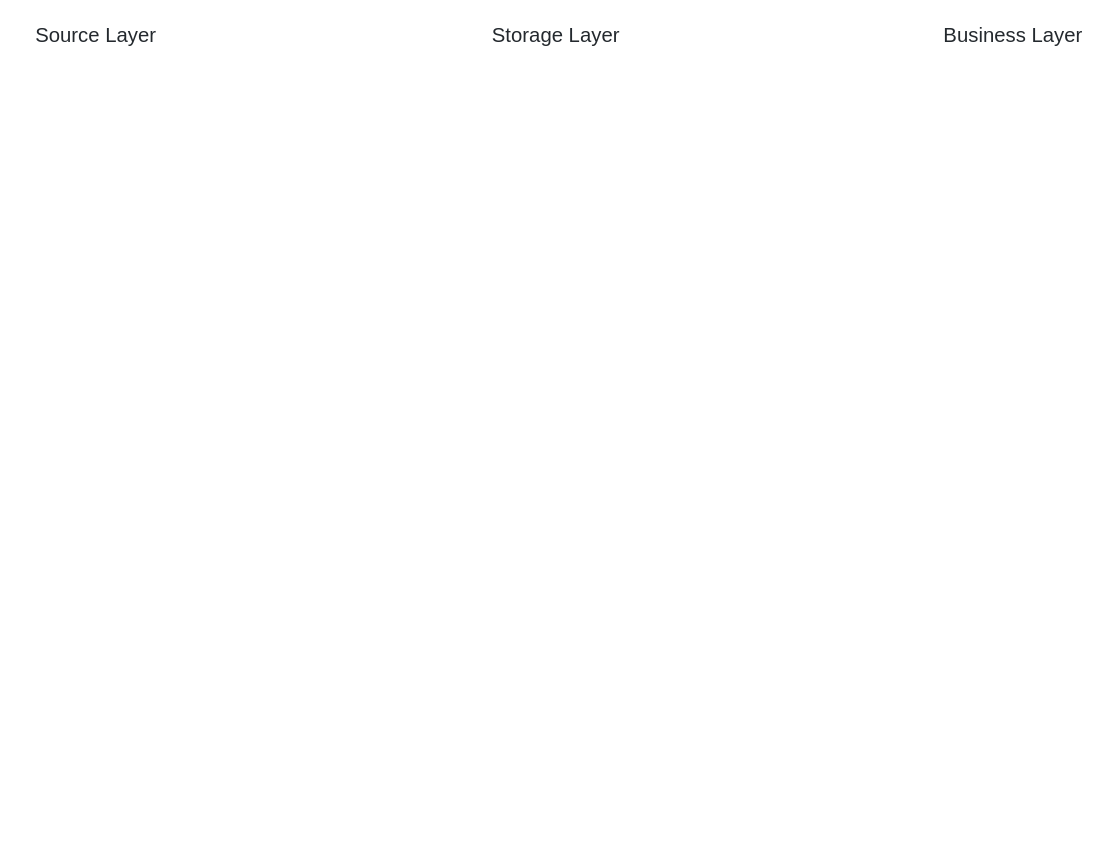
The draw.io diagram module1/архитектура.drawio in alexeiveselov92/DE-101, before the edit. Source tidied: cells renumbered, new cells numbered last; positions are measured from the earlier drawing's top-left corner, leaving out a move shared by most shapes. Both pictures are drawn from the tidied source at 127%, with x=0, y=0 at pixel (22, 22). Pictures stored in the file or linked from it are replaced by grey dashed boxes.
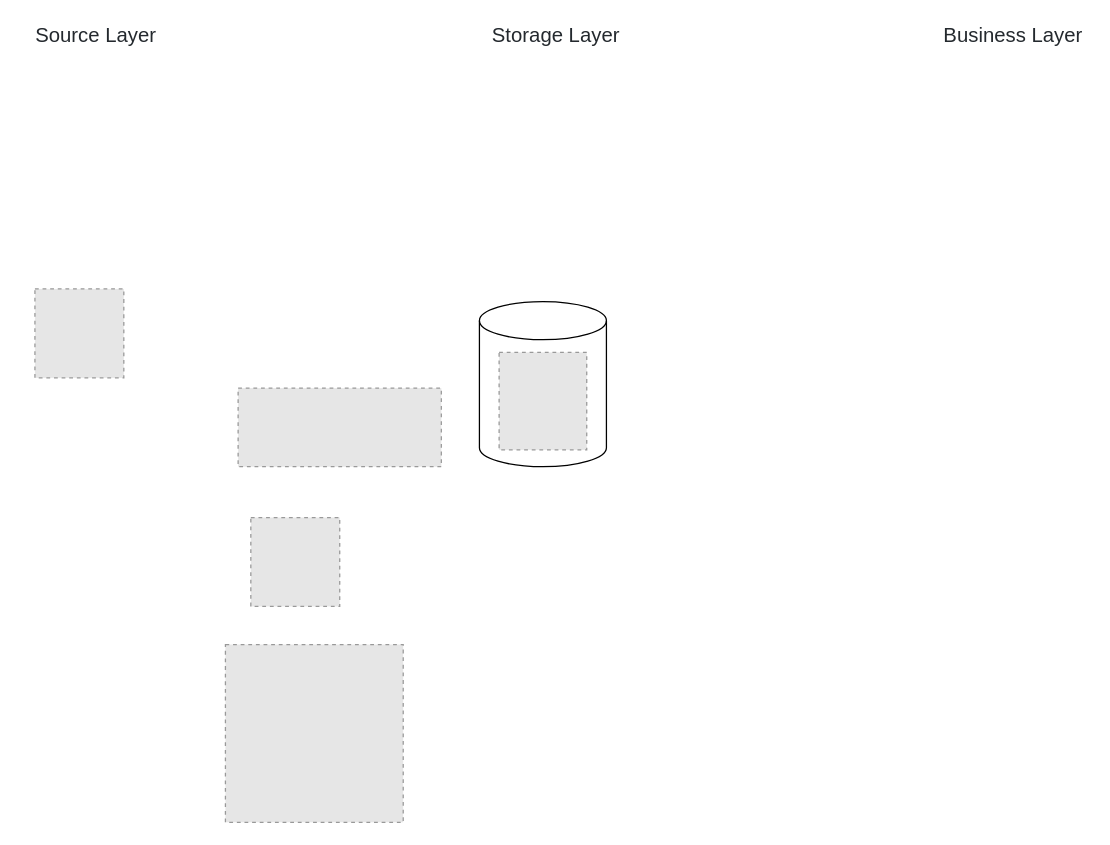
The same page after the edit.

What changed in the source:
```diff
@@
 <mxGraphModel>
   <root>
     <mxCell id="0" />
     <mxCell id="1" parent="0" />
     <mxCell id="2" value="&lt;span style=&quot;color: rgb(36 , 41 , 46) ; font-family: , &amp;#34;blinkmacsystemfont&amp;#34; , &amp;#34;segoe ui&amp;#34; , &amp;#34;helvetica&amp;#34; , &amp;#34;arial&amp;#34; , sans-serif , &amp;#34;apple color emoji&amp;#34; , &amp;#34;segoe ui emoji&amp;#34; ; font-size: 16px ; text-align: left ; background-color: rgb(255 , 255 , 255)&quot;&gt;Source Layer&amp;nbsp;&lt;/span&gt;" style="text;html=1;align=center;verticalAlign=middle;fillColor=none;strokeColor=none;rounded=0;" parent="1" vertex="1">
       <mxGeometry width="120" height="20" as="geometry" />
     </mxCell>
     <mxCell id="3" value="&lt;span style=&quot;color: rgb(36 , 41 , 46) ; font-family: , &amp;#34;blinkmacsystemfont&amp;#34; , &amp;#34;segoe ui&amp;#34; , &amp;#34;helvetica&amp;#34; , &amp;#34;arial&amp;#34; , sans-serif , &amp;#34;apple color emoji&amp;#34; , &amp;#34;segoe ui emoji&amp;#34; ; font-size: 16px ; text-align: left ; background-color: rgb(255 , 255 , 255)&quot;&gt;Storage Layer&lt;/span&gt;" style="text;html=1;align=center;verticalAlign=middle;fillColor=none;strokeColor=none;rounded=0;" parent="1" vertex="1">
       <mxGeometry x="360" width="120" height="20" as="geometry" />
     </mxCell>
     <mxCell id="4" value="&lt;span style=&quot;color: rgb(36 , 41 , 46) ; font-family: , &amp;#34;blinkmacsystemfont&amp;#34; , &amp;#34;segoe ui&amp;#34; , &amp;#34;helvetica&amp;#34; , &amp;#34;arial&amp;#34; , sans-serif , &amp;#34;apple color emoji&amp;#34; , &amp;#34;segoe ui emoji&amp;#34; ; font-size: 16px ; text-align: left ; background-color: rgb(255 , 255 , 255)&quot;&gt;Business Layer&lt;/span&gt;" style="text;html=1;align=center;verticalAlign=middle;fillColor=none;strokeColor=none;rounded=0;" parent="1" vertex="1">
       <mxGeometry x="720" width="120" height="20" as="geometry" />
     </mxCell>
+    <mxCell id="5" style="fillColor=#E6E6E6;strokeColor=#999999;dashed=1;verticalLabelPosition=bottom;labelBackgroundColor=#ffffff;verticalAlign=top;" parent="1" vertex="1">
+      <mxGeometry x="170" y="288.1" width="160" height="61.9" as="geometry" />
+    </mxCell>
+    <mxCell id="6" style="group;" parent="1" vertex="1">
+      <mxGeometry x="360" y="220" width="100" height="130" as="geometry" />
+    </mxCell>
+    <mxCell id="7" style="shape=cylinder3;whiteSpace=wrap;html=1;boundedLbl=1;backgroundOutline=1;size=15;" parent="6" vertex="1">
+      <mxGeometry width="100" height="130" as="geometry" />
+    </mxCell>
+    <mxCell id="8" style="fillColor=#E6E6E6;strokeColor=#999999;dashed=1;verticalLabelPosition=bottom;labelBackgroundColor=#ffffff;verticalAlign=top;" parent="6" vertex="1">
+      <mxGeometry x="15.5" y="40" width="69" height="76.7" as="geometry" />
+    </mxCell>
+    <mxCell id="9" style="fillColor=#E6E6E6;strokeColor=#999999;dashed=1;verticalLabelPosition=bottom;labelBackgroundColor=#ffffff;verticalAlign=top;" parent="1" vertex="1">
+      <mxGeometry x="10" y="210" width="70" height="70" as="geometry" />
+    </mxCell>
+    <mxCell id="10" style="fillColor=#E6E6E6;strokeColor=#999999;dashed=1;verticalLabelPosition=bottom;labelBackgroundColor=#ffffff;verticalAlign=top;" parent="1" vertex="1">
+      <mxGeometry x="180" y="390" width="70" height="70" as="geometry" />
+    </mxCell>
+    <mxCell id="11" style="fillColor=#E6E6E6;strokeColor=#999999;dashed=1;verticalLabelPosition=bottom;labelBackgroundColor=#ffffff;verticalAlign=top;" parent="1" vertex="1">
+      <mxGeometry x="160" y="490" width="140" height="140" as="geometry" />
+    </mxCell>
   </root>
 </mxGraphModel>
```
